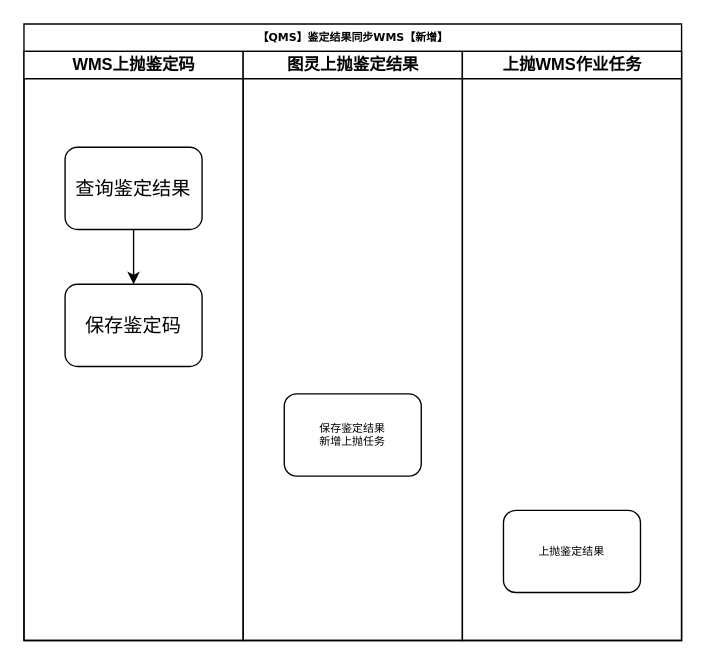
swbrf/exercise keeps this draw.io diagram as page "Page-1" (1 of 4) of 未命名绘图.drawio. Above is the earlier version. Source tidied: cells renumbered, new cells numbered last; positions are measured from the earlier drawing's top-left corner, leaving out a move shared by most shapes. Both pictures are drawn from the tidied source at 137%, with x=0, y=0 at pixel (23, 23).
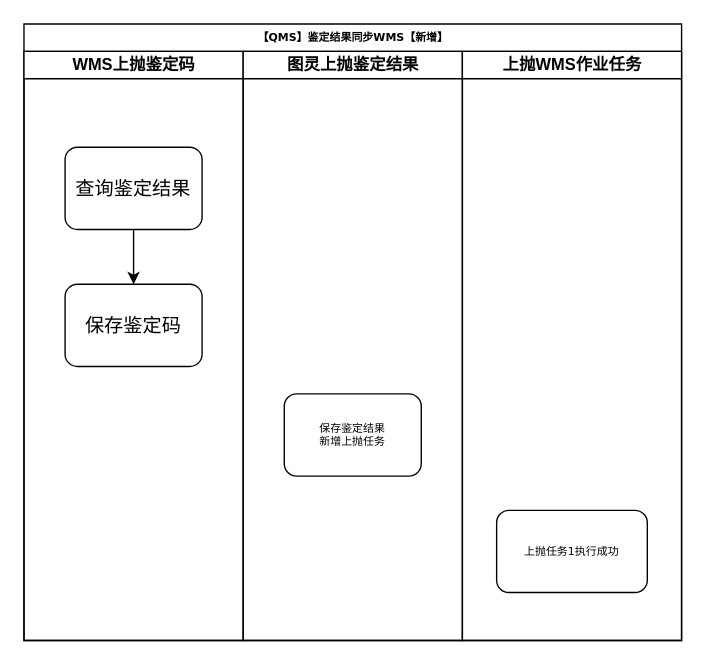
Above is the later version.

Change to the diagram source:
```diff
@@
 <mxGraphModel>
   <root>
     <mxCell id="0" />
     <mxCell id="1" parent="0" />
     <mxCell id="2" value="【QMS】鉴定结果同步WMS【新增】" style="swimlane;html=1;startSize=20;rounded=0;shadow=0;labelBackgroundColor=none;strokeWidth=1;fontFamily=Verdana;fontSize=8;align=center;" parent="1" vertex="1">
       <mxGeometry width="480" height="450" as="geometry" />
     </mxCell>
     <mxCell id="3" value="WMS上抛鉴定码" style="swimlane;html=1;startSize=20;" parent="2" vertex="1">
       <mxGeometry y="20" width="160" height="430" as="geometry" />
     </mxCell>
     <mxCell id="4" style="edgeStyle=orthogonalEdgeStyle;rounded=0;jettySize=auto;html=1;" parent="3" edge="1" source="5" target="6">
       <mxGeometry relative="1" as="geometry" />
     </mxCell>
     <mxCell id="5" value="&lt;span style=&quot;font-family: -apple-system, BlinkMacSystemFont, &amp;quot;Segoe UI&amp;quot;, Roboto, Oxygen, Ubuntu, &amp;quot;Fira Sans&amp;quot;, &amp;quot;Droid Sans&amp;quot;, &amp;quot;Helvetica Neue&amp;quot;, sans-serif; font-size: 14px; text-align: left; background-color: rgb(255, 255, 255);&quot;&gt;查询鉴定结果&lt;/span&gt;" style="rounded=1;whiteSpace=wrap;html=1;shadow=0;labelBackgroundColor=none;strokeWidth=1;fontFamily=Verdana;fontSize=8;align=center;" parent="3" vertex="1">
       <mxGeometry x="30" y="70" width="100" height="60" as="geometry" />
     </mxCell>
     <mxCell id="6" value="&lt;span style=&quot;font-family: -apple-system, BlinkMacSystemFont, &amp;quot;Segoe UI&amp;quot;, Roboto, Oxygen, Ubuntu, &amp;quot;Fira Sans&amp;quot;, &amp;quot;Droid Sans&amp;quot;, &amp;quot;Helvetica Neue&amp;quot;, sans-serif; font-size: 14px; text-align: left; background-color: rgb(255, 255, 255);&quot;&gt;保存&lt;/span&gt;&lt;span style=&quot;font-family: -apple-system, BlinkMacSystemFont, &amp;quot;Segoe UI&amp;quot;, Roboto, Oxygen, Ubuntu, &amp;quot;Fira Sans&amp;quot;, &amp;quot;Droid Sans&amp;quot;, &amp;quot;Helvetica Neue&amp;quot;, sans-serif; font-size: 14px; text-align: left; background-color: rgb(255, 255, 255);&quot;&gt;鉴定码&lt;/span&gt;" style="rounded=1;whiteSpace=wrap;html=1;shadow=0;labelBackgroundColor=none;strokeWidth=1;fontFamily=Verdana;fontSize=8;align=center;" parent="3" vertex="1">
       <mxGeometry x="30" y="170" width="100" height="60" as="geometry" />
     </mxCell>
     <mxCell id="7" value="图灵上抛鉴定结果" style="swimlane;html=1;startSize=20;" parent="2" vertex="1">
       <mxGeometry x="160" y="20" width="160" height="430" as="geometry" />
     </mxCell>
     <mxCell id="8" value="保存鉴定结果&lt;div&gt;新增上抛任务&lt;/div&gt;" style="rounded=1;whiteSpace=wrap;html=1;shadow=0;labelBackgroundColor=none;strokeWidth=1;fontFamily=Verdana;fontSize=8;align=center;" parent="7" vertex="1">
       <mxGeometry x="30" y="250" width="100" height="60" as="geometry" />
     </mxCell>
     <mxCell id="9" value="上抛WMS作业任务" style="swimlane;html=1;startSize=20;" parent="2" vertex="1">
       <mxGeometry x="320" y="20" width="160" height="430" as="geometry" />
     </mxCell>
-    <mxCell id="10" value="上抛鉴定结果" style="rounded=1;whiteSpace=wrap;html=1;shadow=0;labelBackgroundColor=none;strokeWidth=1;fontFamily=Verdana;fontSize=8;align=center;" parent="9" vertex="1">
-      <mxGeometry x="30" y="335" width="100" height="60" as="geometry" />
+    <mxCell id="10" value="上抛任务1执行成功" style="rounded=1;whiteSpace=wrap;html=1;shadow=0;labelBackgroundColor=none;strokeWidth=1;fontFamily=Verdana;fontSize=8;align=center;" parent="9" vertex="1">
+      <mxGeometry x="25" y="335" width="110" height="60" as="geometry" />
     </mxCell>
   </root>
 </mxGraphModel>
```
